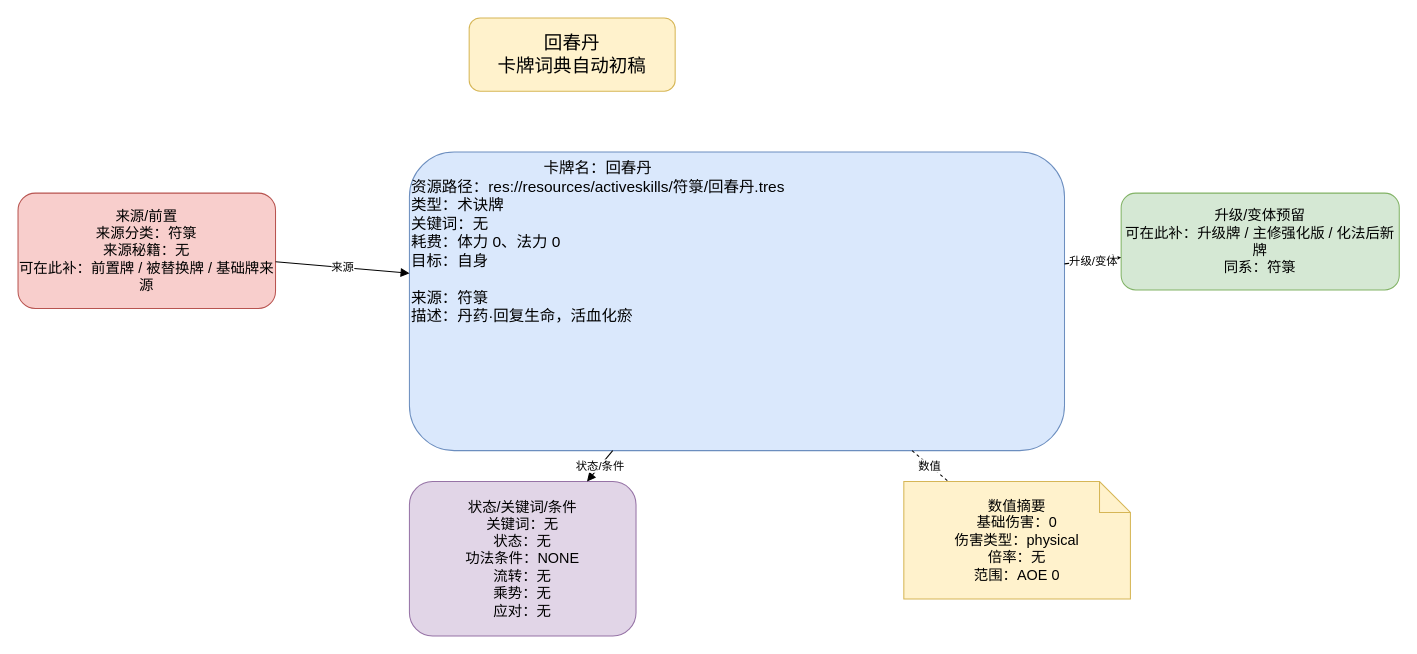
Earlier version of the draw.io diagram docs/卡牌词典/符箓/回春丹.drawio (ankundanetracyc-spec/tian-guan-you-du). Source tidied: cells renumbered, new cells numbered last; positions are measured from the earlier drawing's top-left corner, leaving out a move shared by most shapes. Both pictures are drawn from the tidied source at 103%, with x=0, y=0 at pixel (18, 18).
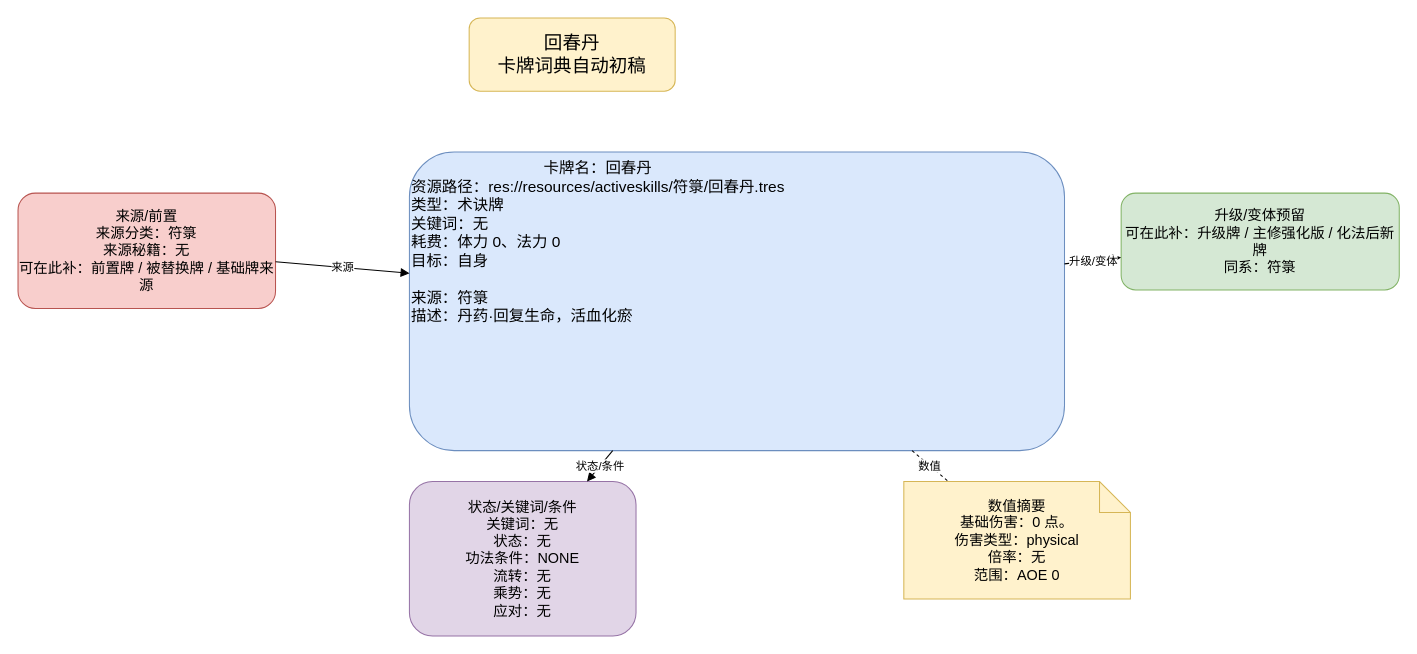
The same page after the edit.

Diff of the diagram source:
```diff
@@
 <mxGraphModel>
   <root>
     <mxCell id="0" />
     <mxCell id="1" parent="0" />
     <mxCell id="2" value="回春丹&#10;卡牌词典自动初稿" style="rounded=1;whiteSpace=wrap;html=1;fillColor=#fff2cc;strokeColor=#d6b656;fontSize=18;" parent="1" vertex="1">
       <mxGeometry x="438" width="200" height="71" as="geometry" />
     </mxCell>
     <mxCell id="3" value="&lt;div style=&quot;text-align:center;&quot;&gt;卡牌名：回春丹&lt;/div&gt;&lt;div style=&quot;text-align:left;&quot;&gt;资源路径：res://resources/activeskills/符箓/回春丹.tres&lt;br&gt;类型：术诀牌&lt;br&gt;关键词：无&lt;br&gt;耗费：体力 0、法力 0&lt;br&gt;目标：自身&lt;/div&gt;&lt;br&gt;来源：符箓&lt;br&gt;描述：丹药·回复生命，活血化瘀" style="rounded=1;whiteSpace=wrap;html=1;fillColor=#dae8fc;strokeColor=#6c8ebf;fontSize=15;align=left;verticalAlign=top;" parent="1" vertex="1">
       <mxGeometry x="380" y="130" width="636" height="290" as="geometry" />
     </mxCell>
     <mxCell id="4" value="来源/前置&#10;来源分类：符箓&#10;来源秘籍：无&#10;可在此补：前置牌 / 被替换牌 / 基础牌来源" style="rounded=1;whiteSpace=wrap;html=1;fillColor=#f8cecc;strokeColor=#b85450;fontSize=14;" parent="1" vertex="1">
       <mxGeometry y="170" width="250" height="112" as="geometry" />
     </mxCell>
     <mxCell id="5" value="升级/变体预留&#10;可在此补：升级牌 / 主修强化版 / 化法后新牌&#10;同系：符箓" style="rounded=1;whiteSpace=wrap;html=1;fillColor=#d5e8d4;strokeColor=#82b366;fontSize=14;" parent="1" vertex="1">
       <mxGeometry x="1071" y="170" width="270" height="94" as="geometry" />
     </mxCell>
     <mxCell id="6" value="状态/关键词/条件&#10;关键词：无&#10;状态：无&#10;功法条件：NONE&#10;流转：无&#10;乘势：无&#10;应对：无" style="rounded=1;whiteSpace=wrap;html=1;fillColor=#e1d5e7;strokeColor=#9673a6;fontSize=14;" parent="1" vertex="1">
       <mxGeometry x="380" y="450" width="220" height="150" as="geometry" />
     </mxCell>
-    <mxCell id="7" value="数值摘要&lt;br&gt;基础伤害：0&lt;br&gt;伤害类型：physical&lt;br&gt;倍率：无&lt;br&gt;范围：AOE 0" style="shape=note;whiteSpace=wrap;html=1;fillColor=#fff2cc;strokeColor=#d6b656;fontSize=14;" parent="1" vertex="1">
+    <mxCell id="7" value="数值摘要&lt;br&gt;基础伤害：0 点。&lt;br&gt;伤害类型：physical&lt;br&gt;倍率：无&lt;br&gt;范围：AOE 0" style="shape=note;whiteSpace=wrap;html=1;fillColor=#fff2cc;strokeColor=#d6b656;fontSize=14;" parent="1" vertex="1">
       <mxGeometry x="860" y="450" width="220" height="114" as="geometry" />
     </mxCell>
     <mxCell id="8" value="来源" style="endArrow=block;html=1;rounded=0;" parent="1" edge="1" source="4" target="3">
       <mxGeometry relative="1" as="geometry" />
     </mxCell>
     <mxCell id="9" value="升级/变体" style="endArrow=block;html=1;rounded=0;" parent="1" edge="1" source="3" target="5">
       <mxGeometry relative="1" as="geometry" />
     </mxCell>
     <mxCell id="10" value="状态/条件" style="endArrow=block;html=1;rounded=0;" parent="1" edge="1" source="3" target="6">
       <mxGeometry relative="1" as="geometry" />
     </mxCell>
     <mxCell id="11" value="数值" style="endArrow=none;dashed=1;html=1;" parent="1" edge="1" source="3" target="7">
       <mxGeometry relative="1" as="geometry" />
     </mxCell>
   </root>
 </mxGraphModel>
```
